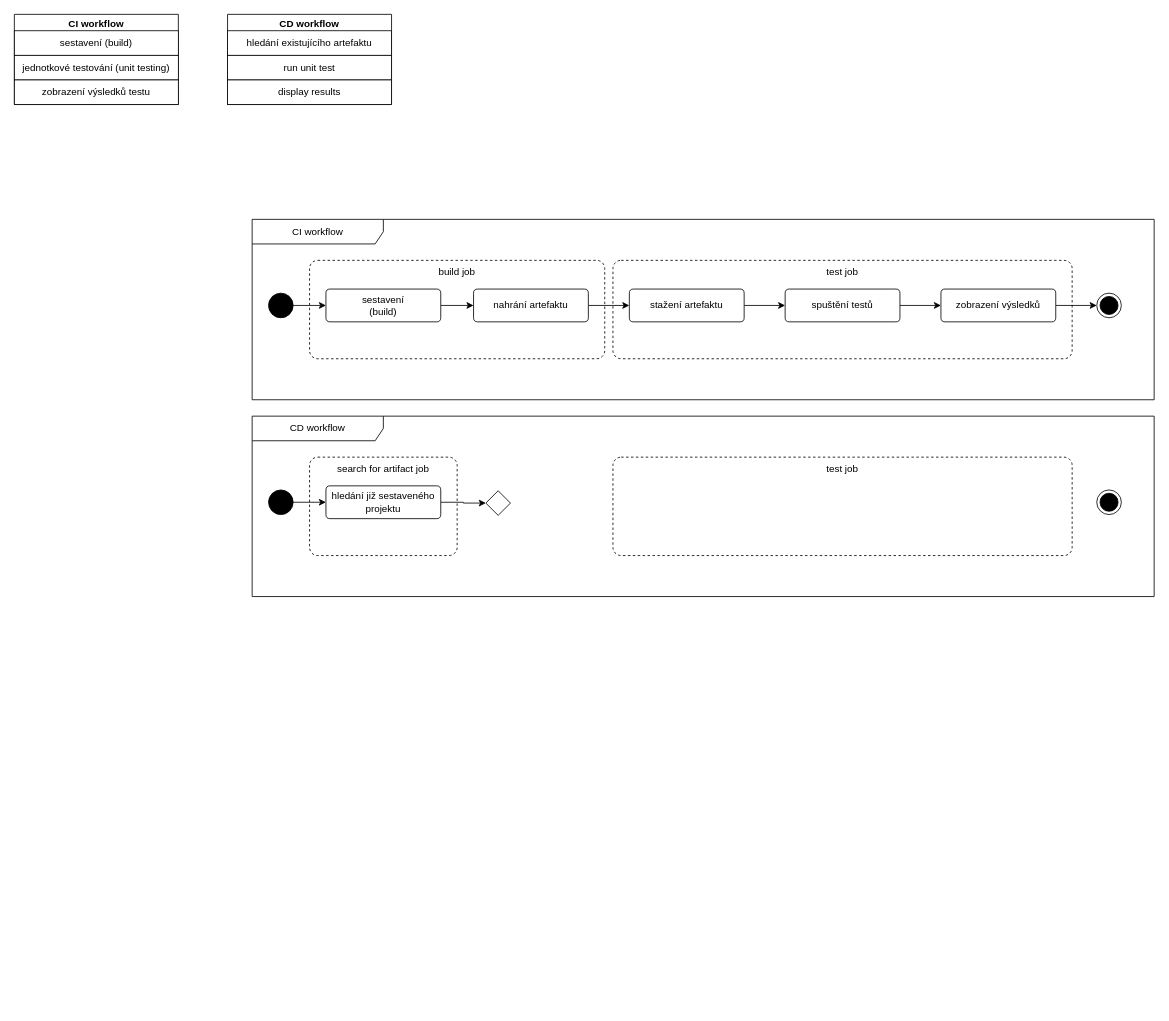
TomasKelbasa/diagrams.net keeps this draw.io diagram as Diagram bez názvu.drawio. Above is the earlier version. Source tidied: cells renumbered, new cells numbered last; positions are measured from the earlier drawing's top-left corner, leaving out a move shared by most shapes. Both pictures are drawn from the tidied source at 82%, with x=0, y=0 at pixel (14, 14).
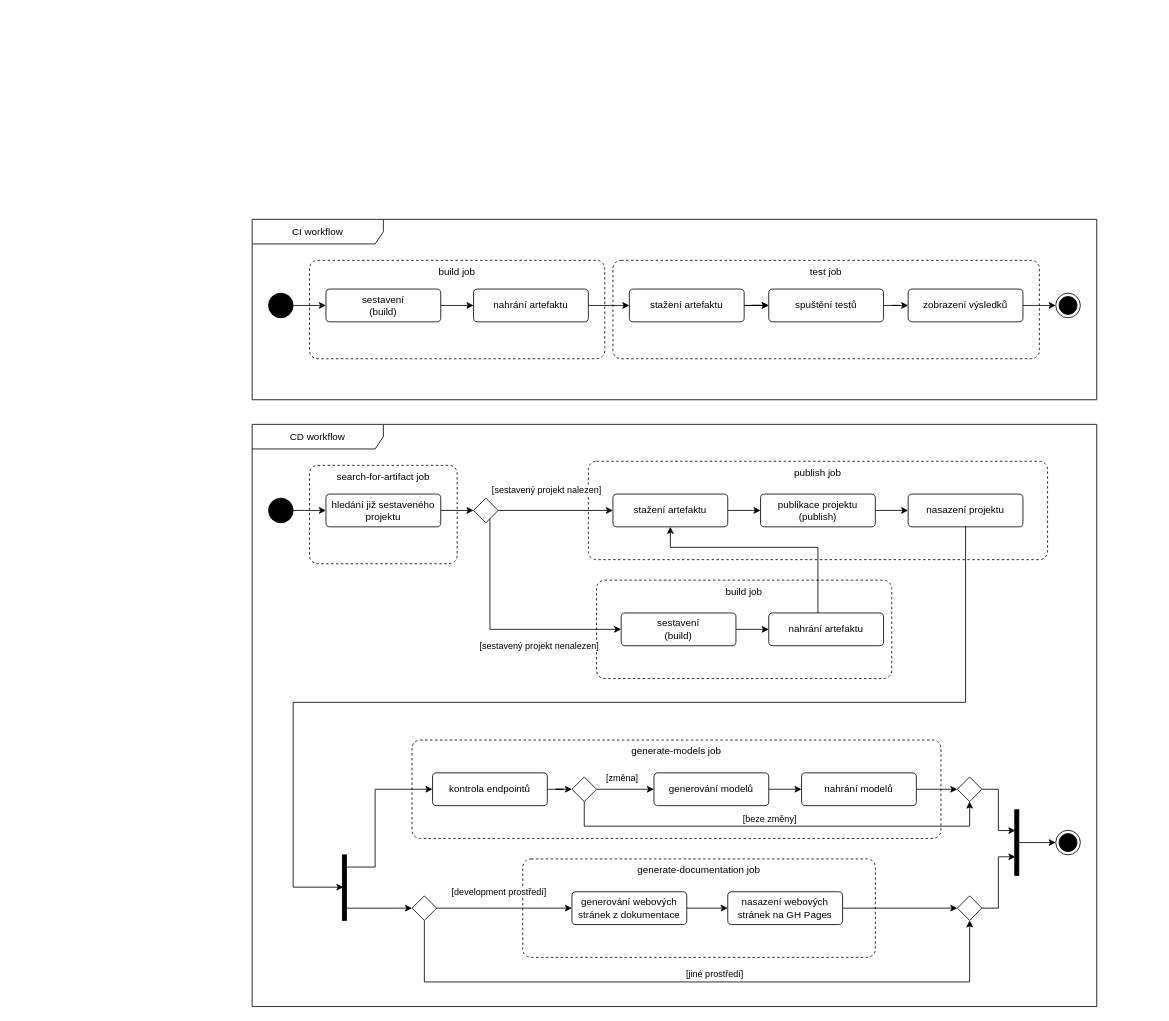
The same page after the edit.

Unchanged cells that the change refers to:
```xml
<mxCell id="19" value="stažení artefaktu" style="html=1;align=center;verticalAlign=middle;rounded=1;absoluteArcSize=1;arcSize=10;dashed=0;whiteSpace=wrap;" parent="10" vertex="1">
  <mxGeometry x="460" y="85" width="140" height="40" as="geometry" />
</mxCell>
```

Change to the diagram source:
```diff
@@
-    <mxCell id="2" value="CI workflow" style="swimlane;whiteSpace=wrap;html=1;" parent="1" vertex="1">
-      <mxGeometry width="200" height="110" as="geometry" />
-    </mxCell>
-    <mxCell id="3" value="sestavení (build)" style="whiteSpace=wrap;html=1;" parent="2" vertex="1">
-      <mxGeometry y="20" width="200" height="30" as="geometry" />
-    </mxCell>
-    <mxCell id="4" value="jednotkové testování (unit testing)" style="whiteSpace=wrap;html=1;" parent="2" vertex="1">
-      <mxGeometry y="50" width="200" height="30" as="geometry" />
-    </mxCell>
-    <mxCell id="5" value="zobrazení výsledků testu" style="whiteSpace=wrap;html=1;" parent="2" vertex="1">
-      <mxGeometry y="80" width="200" height="30" as="geometry" />
-    </mxCell>
-    <mxCell id="6" value="CD workflow" style="swimlane;whiteSpace=wrap;html=1;" parent="1" vertex="1">
-      <mxGeometry x="260" width="200" height="110" as="geometry" />
-    </mxCell>
-    <mxCell id="7" value="hledání existujícího artefaktu" style="whiteSpace=wrap;html=1;" parent="6" vertex="1">
-      <mxGeometry y="20" width="200" height="30" as="geometry" />
-    </mxCell>
-    <mxCell id="8" value="run unit test" style="whiteSpace=wrap;html=1;" parent="6" vertex="1">
-      <mxGeometry y="50" width="200" height="30" as="geometry" />
-    </mxCell>
-    <mxCell id="9" value="display results" style="whiteSpace=wrap;html=1;" parent="6" vertex="1">
-      <mxGeometry y="80" width="200" height="30" as="geometry" />
-    </mxCell>
     <mxCell id="10" value="CI workflow" style="shape=umlFrame;whiteSpace=wrap;html=1;width=160;" parent="1" vertex="1">
-      <mxGeometry x="290" y="250" width="1100" height="220" as="geometry" />
+      <mxGeometry x="290" y="250" width="1030" height="220" as="geometry" />
     </mxCell>
     <mxCell id="11" value="test job" style="html=1;align=center;verticalAlign=top;rounded=1;absoluteArcSize=1;arcSize=20;dashed=1;whiteSpace=wrap;" parent="10" vertex="1">
-      <mxGeometry x="440" y="50" width="560" height="120" as="geometry" />
+      <mxGeometry x="440" y="50" width="520" height="120" as="geometry" />
     </mxCell>
@@
     <mxCell id="17" style="ellipse;html=1;shape=endState;fillColor=strokeColor;" parent="10" vertex="1">
-      <mxGeometry x="1030" y="90" width="30" height="30" as="geometry" />
+      <mxGeometry x="980" y="90" width="30" height="30" as="geometry" />
     </mxCell>
@@
+    <mxCell id="35" style="edgeStyle=orthogonalEdgeStyle;rounded=0;jettySize=auto;html=1;" parent="10" edge="1" source="19" target="23">
+      <mxGeometry relative="1" as="geometry" />
+    </mxCell>
@@
     <mxCell id="23" value="spuštění testů" style="html=1;align=center;verticalAlign=middle;rounded=1;absoluteArcSize=1;arcSize=10;dashed=0;whiteSpace=wrap;" parent="10" vertex="1">
-      <mxGeometry x="650" y="85" width="140" height="40" as="geometry" />
+      <mxGeometry x="630" y="85" width="140" height="40" as="geometry" />
     </mxCell>
@@
     <mxCell id="25" value="zobrazení výsledků" style="html=1;align=center;verticalAlign=middle;rounded=1;absoluteArcSize=1;arcSize=10;dashed=0;whiteSpace=wrap;" parent="10" vertex="1">
-      <mxGeometry x="840" y="85" width="140" height="40" as="geometry" />
+      <mxGeometry x="800" y="85" width="140" height="40" as="geometry" />
     </mxCell>
     <mxCell id="26" value="CD workflow" style="shape=umlFrame;whiteSpace=wrap;html=1;width=160;" parent="1" vertex="1">
-      <mxGeometry x="290" y="490" width="1100" height="220" as="geometry" />
+      <mxGeometry x="290" y="500" width="1030" height="710" as="geometry" />
     </mxCell>
+    <mxCell id="36" value="generate-documentation job" style="html=1;align=center;verticalAlign=top;rounded=1;absoluteArcSize=1;arcSize=20;dashed=1;whiteSpace=wrap;" parent="26" vertex="1">
+      <mxGeometry x="330" y="530" width="430" height="120" as="geometry" />
+    </mxCell>
+    <mxCell id="37" value="generate-models job" style="html=1;align=center;verticalAlign=top;rounded=1;absoluteArcSize=1;arcSize=20;dashed=1;whiteSpace=wrap;" parent="26" vertex="1">
+      <mxGeometry x="195" y="385" width="645" height="120" as="geometry" />
+    </mxCell>
+    <mxCell id="38" value="build job" style="html=1;align=center;verticalAlign=top;rounded=1;absoluteArcSize=1;arcSize=20;dashed=1;whiteSpace=wrap;" parent="26" vertex="1">
+      <mxGeometry x="420" y="190" width="360" height="120" as="geometry" />
+    </mxCell>
-    <mxCell id="27" value="test job" style="html=1;align=center;verticalAlign=top;rounded=1;absoluteArcSize=1;arcSize=20;dashed=1;whiteSpace=wrap;" parent="26" vertex="1">
-      <mxGeometry x="440" y="50" width="560" height="120" as="geometry" />
+    <mxCell id="27" value="publish job" style="html=1;align=center;verticalAlign=top;rounded=1;absoluteArcSize=1;arcSize=20;dashed=1;whiteSpace=wrap;" parent="26" vertex="1">
+      <mxGeometry x="410" y="45" width="560" height="120" as="geometry" />
     </mxCell>
-    <mxCell id="28" value="search for artifact job" style="html=1;align=center;verticalAlign=top;rounded=1;absoluteArcSize=1;arcSize=20;dashed=1;whiteSpace=wrap;" parent="26" vertex="1">
+    <mxCell id="28" value="search-for-artifact job" style="html=1;align=center;verticalAlign=top;rounded=1;absoluteArcSize=1;arcSize=20;dashed=1;whiteSpace=wrap;" parent="26" vertex="1">
       <mxGeometry x="70" y="50" width="180" height="120" as="geometry" />
     </mxCell>
@@
     <mxCell id="31" style="ellipse;html=1;shape=endState;fillColor=strokeColor;" parent="26" vertex="1">
-      <mxGeometry x="1030" y="90" width="30" height="30" as="geometry" />
+      <mxGeometry x="980" y="495" width="30" height="30" as="geometry" />
     </mxCell>
@@
+    <mxCell id="39" value="[sestavený projekt nalezen]" style="edgeStyle=orthogonalEdgeStyle;rounded=0;jettySize=auto;html=1;entryX=0;entryY=0.5;entryDx=0;entryDy=0;" parent="26" edge="1" source="34" target="42">
+      <mxGeometry x="-0.16" y="25" relative="1" as="geometry" />
+    </mxCell>
+    <mxCell id="40" value="[sestavený projekt nenalezen]" style="edgeStyle=orthogonalEdgeStyle;rounded=0;jettySize=auto;html=1;entryX=0;entryY=0.5;entryDx=0;entryDy=0;" parent="26" edge="1" source="34" target="3">
+      <mxGeometry x="0.32" y="-20" relative="1" as="geometry">
+        <Array as="points">
+          <mxPoint x="290" y="250" />
+        </Array>
+      </mxGeometry>
+    </mxCell>
     <mxCell id="34" style="rhombus;" parent="26" vertex="1">
-      <mxGeometry x="285" y="91" width="30" height="30" as="geometry" />
+      <mxGeometry x="270" y="90" width="30" height="30" as="geometry" />
     </mxCell>
+    <mxCell id="41" style="edgeStyle=orthogonalEdgeStyle;rounded=0;jettySize=auto;html=1;" parent="26" edge="1" source="42" target="47">
+      <mxGeometry relative="1" as="geometry" />
+    </mxCell>
+    <mxCell id="42" value="stažení artefaktu" style="html=1;align=center;verticalAlign=middle;rounded=1;absoluteArcSize=1;arcSize=10;dashed=0;whiteSpace=wrap;" parent="26" vertex="1">
+      <mxGeometry x="440" y="85" width="140" height="40" as="geometry" />
+    </mxCell>
+    <mxCell id="43" style="edgeStyle=orthogonalEdgeStyle;rounded=0;jettySize=auto;html=1;" parent="26" edge="1" source="3" target="45">
+      <mxGeometry relative="1" as="geometry" />
+    </mxCell>
+    <mxCell id="3" value="sestavení&lt;div&gt;(build)&lt;/div&gt;" style="html=1;align=center;verticalAlign=middle;rounded=1;absoluteArcSize=1;arcSize=10;dashed=0;whiteSpace=wrap;" parent="26" vertex="1">
+      <mxGeometry x="450" y="230" width="140" height="40" as="geometry" />
+    </mxCell>
+    <mxCell id="44" style="edgeStyle=orthogonalEdgeStyle;rounded=0;jettySize=auto;html=1;entryX=0.5;entryY=1;entryDx=0;entryDy=0;" parent="26" edge="1" source="45" target="42">
+      <mxGeometry relative="1" as="geometry">
+        <Array as="points">
+          <mxPoint x="690" y="150" />
+          <mxPoint x="510" y="150" />
+        </Array>
+      </mxGeometry>
+    </mxCell>
+    <mxCell id="45" value="nahrání artefaktu" style="html=1;align=center;verticalAlign=middle;rounded=1;absoluteArcSize=1;arcSize=10;dashed=0;whiteSpace=wrap;" parent="26" vertex="1">
+      <mxGeometry x="630" y="230" width="140" height="40" as="geometry" />
+    </mxCell>
+    <mxCell id="46" style="edgeStyle=orthogonalEdgeStyle;rounded=0;jettySize=auto;html=1;" parent="26" edge="1" source="47" target="48">
+      <mxGeometry relative="1" as="geometry" />
+    </mxCell>
+    <mxCell id="47" value="publikace projektu&lt;div&gt;(publish)&lt;/div&gt;" style="html=1;align=center;verticalAlign=middle;rounded=1;absoluteArcSize=1;arcSize=10;dashed=0;whiteSpace=wrap;" parent="26" vertex="1">
+      <mxGeometry x="620" y="85" width="140" height="40" as="geometry" />
+    </mxCell>
+    <mxCell id="48" value="nasazení projektu" style="html=1;align=center;verticalAlign=middle;rounded=1;absoluteArcSize=1;arcSize=10;dashed=0;whiteSpace=wrap;" parent="26" vertex="1">
+      <mxGeometry x="800" y="85" width="140" height="40" as="geometry" />
+    </mxCell>
+    <mxCell id="49" style="edgeStyle=orthogonalEdgeStyle;rounded=0;jettySize=auto;html=1;entryX=0;entryY=0.5;entryDx=0;entryDy=0;exitX=1.159;exitY=0.186;exitDx=0;exitDy=0;exitPerimeter=0;" parent="26" edge="1" source="51" target="53">
+      <mxGeometry relative="1" as="geometry">
+        <Array as="points">
+          <mxPoint x="150" y="540" />
+          <mxPoint x="150" y="445" />
+        </Array>
+      </mxGeometry>
+    </mxCell>
+    <mxCell id="50" style="edgeStyle=orthogonalEdgeStyle;rounded=0;jettySize=auto;html=1;entryX=0;entryY=0.5;entryDx=0;entryDy=0;exitX=0.936;exitY=0.813;exitDx=0;exitDy=0;exitPerimeter=0;" parent="26" edge="1" source="51" target="56">
+      <mxGeometry relative="1" as="geometry" />
+    </mxCell>
+    <mxCell id="51" style="html=1;points=[];perimeter=orthogonalPerimeter;fillColor=strokeColor;" parent="26" vertex="1">
+      <mxGeometry x="110" y="525" width="5" height="80" as="geometry" />
+    </mxCell>
+    <mxCell id="52" style="edgeStyle=orthogonalEdgeStyle;rounded=0;jettySize=auto;html=1;entryX=0;entryY=0.5;entryDx=0;entryDy=0;" parent="26" edge="1" source="53" target="71">
+      <mxGeometry relative="1" as="geometry" />
+    </mxCell>
+    <mxCell id="53" value="kontrola endpointů" style="html=1;align=center;verticalAlign=middle;rounded=1;absoluteArcSize=1;arcSize=10;dashed=0;whiteSpace=wrap;" parent="26" vertex="1">
+      <mxGeometry x="220" y="425" width="140" height="40" as="geometry" />
+    </mxCell>
+    <mxCell id="54" style="edgeStyle=orthogonalEdgeStyle;rounded=0;jettySize=auto;html=1;" parent="26" edge="1" source="56" target="58">
+      <mxGeometry relative="1" as="geometry" />
+    </mxCell>
+    <mxCell id="55" value="[development prostředí]" style="edgeLabel;html=1;align=center;verticalAlign=middle;" parent="54" vertex="1">
+      <mxGeometry x="0.15" relative="1" as="geometry">
+        <mxPoint x="-20" y="-20" as="offset" />
+      </mxGeometry>
+    </mxCell>
+    <mxCell id="56" style="rhombus;" parent="26" vertex="1">
+      <mxGeometry x="195" y="575" width="30" height="30" as="geometry" />
+    </mxCell>
+    <mxCell id="57" style="edgeStyle=orthogonalEdgeStyle;rounded=0;jettySize=auto;html=1;" parent="26" edge="1" source="58" target="60">
+      <mxGeometry relative="1" as="geometry" />
+    </mxCell>
+    <mxCell id="58" value="generování webových stránek z dokumentace" style="html=1;align=center;verticalAlign=middle;rounded=1;absoluteArcSize=1;arcSize=10;dashed=0;whiteSpace=wrap;" parent="26" vertex="1">
+      <mxGeometry x="390" y="570" width="140" height="40" as="geometry" />
+    </mxCell>
+    <mxCell id="59" style="edgeStyle=orthogonalEdgeStyle;rounded=0;jettySize=auto;html=1;entryX=0;entryY=0.5;entryDx=0;entryDy=0;" parent="26" edge="1" source="60" target="63">
+      <mxGeometry relative="1" as="geometry" />
+    </mxCell>
+    <mxCell id="60" value="nasazení webových stránek na GH Pages" style="html=1;align=center;verticalAlign=middle;rounded=1;absoluteArcSize=1;arcSize=10;dashed=0;whiteSpace=wrap;" parent="26" vertex="1">
+      <mxGeometry x="580" y="570" width="140" height="40" as="geometry" />
+    </mxCell>
+    <mxCell id="61" style="edgeStyle=orthogonalEdgeStyle;rounded=0;jettySize=auto;html=1;entryX=0;entryY=0.5;entryDx=0;entryDy=0;" parent="26" edge="1" source="62" target="31">
+      <mxGeometry relative="1" as="geometry" />
+    </mxCell>
+    <mxCell id="62" style="html=1;points=[];perimeter=orthogonalPerimeter;fillColor=strokeColor;" parent="26" vertex="1">
+      <mxGeometry x="930" y="470" width="5" height="80" as="geometry" />
+    </mxCell>
+    <mxCell id="63" style="rhombus;" parent="26" vertex="1">
+      <mxGeometry x="860" y="575" width="30" height="30" as="geometry" />
+    </mxCell>
+    <mxCell id="64" style="edgeStyle=orthogonalEdgeStyle;rounded=0;jettySize=auto;html=1;entryX=0.167;entryY=0.717;entryDx=0;entryDy=0;entryPerimeter=0;" parent="26" edge="1" source="63" target="62">
+      <mxGeometry relative="1" as="geometry">
+        <Array as="points">
+          <mxPoint x="910" y="590" />
+          <mxPoint x="910" y="527" />
+        </Array>
+      </mxGeometry>
+    </mxCell>
+    <mxCell id="65" style="edgeStyle=orthogonalEdgeStyle;rounded=0;jettySize=auto;html=1;entryX=0.5;entryY=1;entryDx=0;entryDy=0;exitX=0.5;exitY=1;exitDx=0;exitDy=0;" parent="26" edge="1" source="56" target="63">
+      <mxGeometry relative="1" as="geometry">
+        <Array as="points">
+          <mxPoint x="210" y="680" />
+          <mxPoint x="875" y="680" />
+        </Array>
+      </mxGeometry>
+    </mxCell>
+    <mxCell id="66" value="[jiné prostředí]" style="edgeLabel;html=1;align=center;verticalAlign=middle;" parent="65" vertex="1">
+      <mxGeometry x="0.07" y="2" relative="1" as="geometry">
+        <mxPoint x="-8" y="-8" as="offset" />
+      </mxGeometry>
+    </mxCell>
+    <mxCell id="67" style="edgeStyle=orthogonalEdgeStyle;rounded=0;jettySize=auto;html=1;" parent="26" edge="1" source="71" target="74">
+      <mxGeometry relative="1" as="geometry" />
+    </mxCell>
+    <mxCell id="68" value="[změna]" style="edgeLabel;html=1;align=center;verticalAlign=middle;" parent="67" vertex="1">
+      <mxGeometry x="-0.43" y="2" relative="1" as="geometry">
+        <mxPoint x="10" y="-13" as="offset" />
+      </mxGeometry>
+    </mxCell>
+    <mxCell id="69" style="edgeStyle=orthogonalEdgeStyle;rounded=0;jettySize=auto;html=1;entryX=0.5;entryY=1;entryDx=0;entryDy=0;" parent="26" edge="1" source="71" target="72">
+      <mxGeometry relative="1" as="geometry">
+        <Array as="points">
+          <mxPoint x="405" y="490" />
+          <mxPoint x="875" y="490" />
+        </Array>
+      </mxGeometry>
+    </mxCell>
+    <mxCell id="70" value="[beze změny]" style="edgeLabel;html=1;align=center;verticalAlign=middle;" parent="69" vertex="1">
+      <mxGeometry x="-0.03" y="2" relative="1" as="geometry">
+        <mxPoint x="-2" y="-8" as="offset" />
+      </mxGeometry>
+    </mxCell>
+    <mxCell id="71" style="rhombus;" parent="26" vertex="1">
+      <mxGeometry x="390" y="430" width="30" height="30" as="geometry" />
+    </mxCell>
+    <mxCell id="72" style="rhombus;" parent="26" vertex="1">
+      <mxGeometry x="860" y="430" width="30" height="30" as="geometry" />
+    </mxCell>
+    <mxCell id="73" style="edgeStyle=orthogonalEdgeStyle;rounded=0;jettySize=auto;html=1;" parent="26" edge="1" source="74" target="76">
+      <mxGeometry relative="1" as="geometry" />
+    </mxCell>
+    <mxCell id="74" value="generování modelů" style="html=1;align=center;verticalAlign=middle;rounded=1;absoluteArcSize=1;arcSize=10;dashed=0;whiteSpace=wrap;" parent="26" vertex="1">
+      <mxGeometry x="490" y="425" width="140" height="40" as="geometry" />
+    </mxCell>
+    <mxCell id="75" style="edgeStyle=orthogonalEdgeStyle;rounded=0;jettySize=auto;html=1;entryX=0;entryY=0.5;entryDx=0;entryDy=0;" parent="26" edge="1" source="76" target="72">
+      <mxGeometry relative="1" as="geometry" />
+    </mxCell>
+    <mxCell id="76" value="nahrání modelů" style="html=1;align=center;verticalAlign=middle;rounded=1;absoluteArcSize=1;arcSize=10;dashed=0;whiteSpace=wrap;" parent="26" vertex="1">
+      <mxGeometry x="670" y="425" width="140" height="40" as="geometry" />
+    </mxCell>
+    <mxCell id="77" style="edgeStyle=orthogonalEdgeStyle;rounded=0;jettySize=auto;html=1;entryX=0.167;entryY=0.317;entryDx=0;entryDy=0;entryPerimeter=0;" parent="26" edge="1" source="72" target="62">
+      <mxGeometry relative="1" as="geometry">
+        <Array as="points">
+          <mxPoint x="910" y="445" />
+          <mxPoint x="910" y="495" />
+        </Array>
+      </mxGeometry>
+    </mxCell>
+    <mxCell id="78" style="edgeStyle=orthogonalEdgeStyle;rounded=0;jettySize=auto;html=1;entryX=0.269;entryY=0.493;entryDx=0;entryDy=0;entryPerimeter=0;" parent="26" edge="1" target="51">
+      <mxGeometry relative="1" as="geometry">
+        <mxPoint x="870" y="124" as="sourcePoint" />
+        <Array as="points">
+          <mxPoint x="870" y="339" />
+          <mxPoint x="50" y="339" />
+          <mxPoint x="50" y="564" />
+          <mxPoint x="111" y="564" />
+        </Array>
+      </mxGeometry>
+    </mxCell>
```
